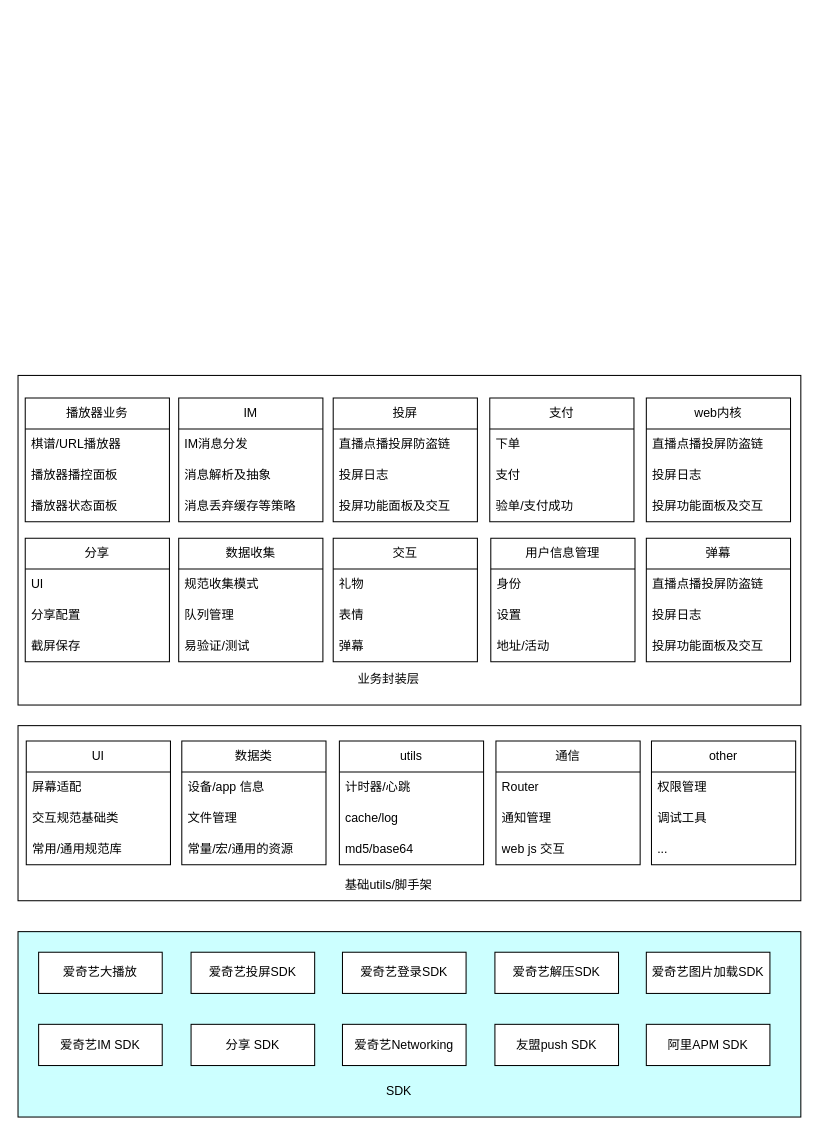
wanjj8023/app3 keeps this draw.io diagram as page "第 2 页" (2 of 2) of 未命名绘图.drawio. Above is the earlier version. Source tidied: cells renumbered, new cells numbered last; positions are measured from the earlier drawing's top-left corner, leaving out a move shared by most shapes. Both pictures are drawn from the tidied source at 103%, with x=0, y=0 at pixel (18, 375).
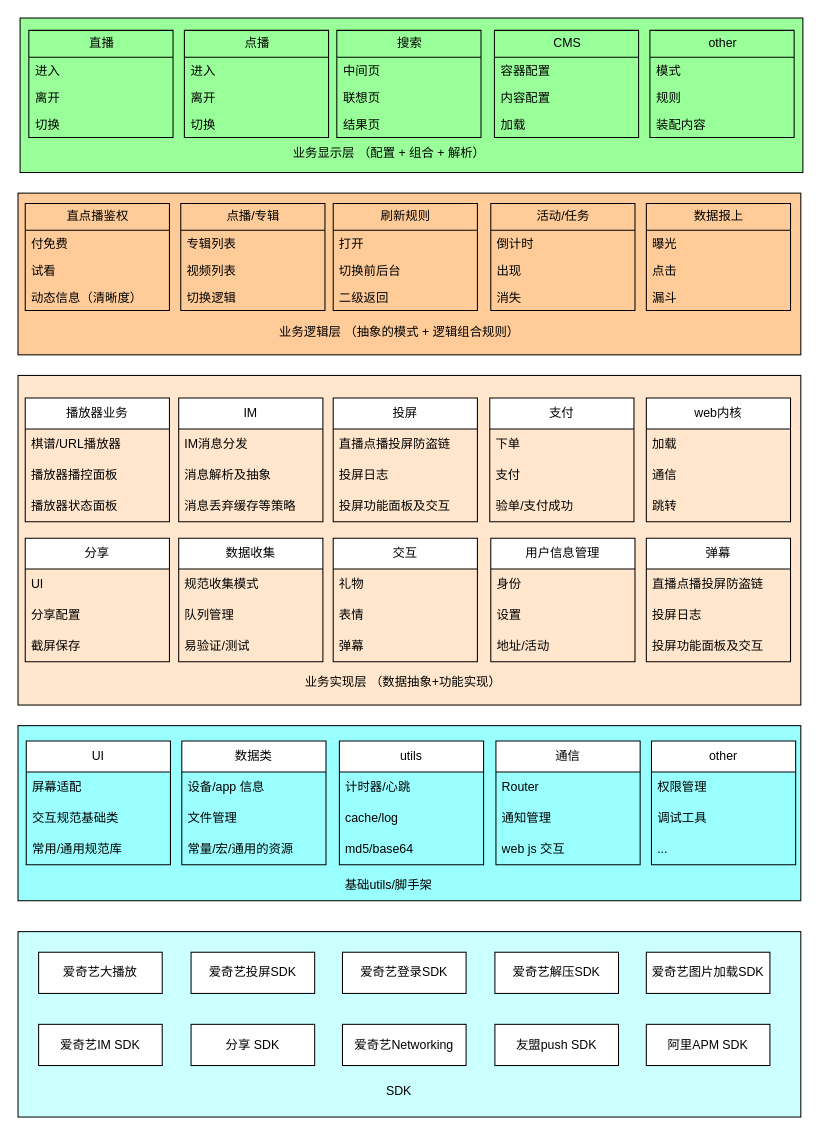
The same diagram, later.

The change refers to these unchanged cells:
```xml
<mxCell id="75" value="web内核" style="swimlane;fontStyle=0;horizontal=1;startSize=30;whiteSpace=wrap;html=1;" parent="1" vertex="1">
  <mxGeometry x="610" y="22" width="140" height="120" as="geometry" />
</mxCell>
```

What changed in the source:
```diff
@@
-    <mxCell id="14" style="whiteSpace=wrap;html=1;" parent="1" vertex="1">
+    <mxCell id="14" style="whiteSpace=wrap;html=1;fillColor=#FFE6CC;" parent="1" vertex="1">
       <mxGeometry width="760" height="320" as="geometry" />
     </mxCell>
@@
-    <mxCell id="27" style="whiteSpace=wrap;html=1;" parent="1" vertex="1">
+    <mxCell id="27" style="whiteSpace=wrap;html=1;fillColor=#99FFFF;" parent="1" vertex="1">
       <mxGeometry y="340" width="760" height="170" as="geometry" />
     </mxCell>
@@
-    <mxCell id="50" value="业务封装层" style="whiteSpace=wrap;html=1;fillColor=none;strokeColor=none;" parent="1" vertex="1">
-      <mxGeometry x="300" y="280" width="120" height="30" as="geometry" />
+    <mxCell id="50" value="业务实现层 （数据抽象+功能实现）" style="whiteSpace=wrap;html=1;fillColor=none;strokeColor=none;" parent="1" vertex="1">
+      <mxGeometry x="249" y="283" width="250" height="30" as="geometry" />
     </mxCell>
@@
-    <mxCell id="76" value="直播点播投屏防盗链" style="text;strokeColor=none;fillColor=none;align=left;verticalAlign=middle;spacingLeft=4;spacingRight=4;overflow=hidden;whiteSpace=wrap;html=1;" parent="75" vertex="1">
+    <mxCell id="76" value="加载" style="text;strokeColor=none;fillColor=none;align=left;verticalAlign=middle;spacingLeft=4;spacingRight=4;overflow=hidden;whiteSpace=wrap;html=1;" parent="75" vertex="1">
       <mxGeometry y="30" width="140" height="30" as="geometry" />
     </mxCell>
-    <mxCell id="77" value="投屏日志" style="text;strokeColor=none;fillColor=none;align=left;verticalAlign=middle;spacingLeft=4;spacingRight=4;overflow=hidden;whiteSpace=wrap;html=1;" parent="75" vertex="1">
+    <mxCell id="77" value="通信" style="text;strokeColor=none;fillColor=none;align=left;verticalAlign=middle;spacingLeft=4;spacingRight=4;overflow=hidden;whiteSpace=wrap;html=1;" parent="75" vertex="1">
       <mxGeometry y="60" width="140" height="30" as="geometry" />
     </mxCell>
-    <mxCell id="78" value="投屏功能面板及交互" style="text;strokeColor=none;fillColor=none;align=left;verticalAlign=middle;spacingLeft=4;spacingRight=4;overflow=hidden;whiteSpace=wrap;html=1;" parent="75" vertex="1">
+    <mxCell id="78" value="跳转" style="text;strokeColor=none;fillColor=none;align=left;verticalAlign=middle;spacingLeft=4;spacingRight=4;overflow=hidden;whiteSpace=wrap;html=1;" parent="75" vertex="1">
       <mxGeometry y="90" width="140" height="30" as="geometry" />
     </mxCell>
+    <mxCell id="79" style="whiteSpace=wrap;html=1;fillColor=#FFCC99;" parent="1" vertex="1">
+      <mxGeometry y="-177" width="760" height="157" as="geometry" />
+    </mxCell>
+    <mxCell id="80" style="whiteSpace=wrap;html=1;fillColor=#99FF99;" parent="1" vertex="1">
+      <mxGeometry x="2" y="-347" width="760" height="150" as="geometry" />
+    </mxCell>
+    <mxCell id="81" value="直点播鉴权" style="swimlane;fontStyle=0;horizontal=1;startSize=26;fillColor=none;html=1;" parent="1" vertex="1">
+      <mxGeometry x="7" y="-167" width="140" height="104" as="geometry" />
+    </mxCell>
+    <mxCell id="82" value="付免费" style="text;strokeColor=none;fillColor=none;align=left;verticalAlign=top;spacingLeft=4;spacingRight=4;overflow=hidden;whiteSpace=wrap;html=1;" parent="81" vertex="1">
+      <mxGeometry y="26" width="140" height="26" as="geometry" />
+    </mxCell>
+    <mxCell id="83" value="试看" style="text;strokeColor=none;fillColor=none;align=left;verticalAlign=top;spacingLeft=4;spacingRight=4;overflow=hidden;whiteSpace=wrap;html=1;" parent="81" vertex="1">
+      <mxGeometry y="52" width="140" height="26" as="geometry" />
+    </mxCell>
+    <mxCell id="84" value="动态信息（清晰度）" style="text;strokeColor=none;fillColor=none;align=left;verticalAlign=top;spacingLeft=4;spacingRight=4;overflow=hidden;whiteSpace=wrap;html=1;" parent="81" vertex="1">
+      <mxGeometry y="78" width="140" height="26" as="geometry" />
+    </mxCell>
+    <mxCell id="85" value="业务逻辑层 （抽象的模式 + 逻辑组合规则）" style="whiteSpace=wrap;html=1;fillColor=none;strokeColor=none;" parent="1" vertex="1">
+      <mxGeometry x="242" y="-57" width="257" height="30" as="geometry" />
+    </mxCell>
+    <mxCell id="86" value="点播/专辑" style="swimlane;fontStyle=0;horizontal=1;startSize=26;fillColor=none;html=1;" parent="1" vertex="1">
+      <mxGeometry x="158" y="-167" width="140" height="104" as="geometry" />
+    </mxCell>
+    <mxCell id="87" value="专辑列表" style="text;strokeColor=none;fillColor=none;align=left;verticalAlign=top;spacingLeft=4;spacingRight=4;overflow=hidden;whiteSpace=wrap;html=1;" parent="86" vertex="1">
+      <mxGeometry y="26" width="140" height="26" as="geometry" />
+    </mxCell>
+    <mxCell id="88" value="视频列表" style="text;strokeColor=none;fillColor=none;align=left;verticalAlign=top;spacingLeft=4;spacingRight=4;overflow=hidden;whiteSpace=wrap;html=1;" parent="86" vertex="1">
+      <mxGeometry y="52" width="140" height="26" as="geometry" />
+    </mxCell>
+    <mxCell id="89" value="切换逻辑" style="text;strokeColor=none;fillColor=none;align=left;verticalAlign=top;spacingLeft=4;spacingRight=4;overflow=hidden;whiteSpace=wrap;html=1;" parent="86" vertex="1">
+      <mxGeometry y="78" width="140" height="26" as="geometry" />
+    </mxCell>
+    <mxCell id="90" value="刷新规则" style="swimlane;fontStyle=0;horizontal=1;startSize=26;fillColor=none;html=1;" parent="1" vertex="1">
+      <mxGeometry x="306" y="-167" width="140" height="104" as="geometry" />
+    </mxCell>
+    <mxCell id="91" value="打开" style="text;strokeColor=none;fillColor=none;align=left;verticalAlign=top;spacingLeft=4;spacingRight=4;overflow=hidden;whiteSpace=wrap;html=1;" parent="90" vertex="1">
+      <mxGeometry y="26" width="140" height="26" as="geometry" />
+    </mxCell>
+    <mxCell id="92" value="切换前后台" style="text;strokeColor=none;fillColor=none;align=left;verticalAlign=top;spacingLeft=4;spacingRight=4;overflow=hidden;whiteSpace=wrap;html=1;" parent="90" vertex="1">
+      <mxGeometry y="52" width="140" height="26" as="geometry" />
+    </mxCell>
+    <mxCell id="93" value="二级返回" style="text;strokeColor=none;fillColor=none;align=left;verticalAlign=top;spacingLeft=4;spacingRight=4;overflow=hidden;whiteSpace=wrap;html=1;" parent="90" vertex="1">
+      <mxGeometry y="78" width="140" height="26" as="geometry" />
+    </mxCell>
+    <mxCell id="94" value="活动/任务" style="swimlane;fontStyle=0;horizontal=1;startSize=26;fillColor=none;html=1;" parent="1" vertex="1">
+      <mxGeometry x="459" y="-167" width="140" height="104" as="geometry" />
+    </mxCell>
+    <mxCell id="95" value="倒计时" style="text;strokeColor=none;fillColor=none;align=left;verticalAlign=top;spacingLeft=4;spacingRight=4;overflow=hidden;whiteSpace=wrap;html=1;" parent="94" vertex="1">
+      <mxGeometry y="26" width="140" height="26" as="geometry" />
+    </mxCell>
+    <mxCell id="96" value="出现" style="text;strokeColor=none;fillColor=none;align=left;verticalAlign=top;spacingLeft=4;spacingRight=4;overflow=hidden;whiteSpace=wrap;html=1;" parent="94" vertex="1">
+      <mxGeometry y="52" width="140" height="26" as="geometry" />
+    </mxCell>
+    <mxCell id="97" value="消失" style="text;strokeColor=none;fillColor=none;align=left;verticalAlign=top;spacingLeft=4;spacingRight=4;overflow=hidden;whiteSpace=wrap;html=1;" parent="94" vertex="1">
+      <mxGeometry y="78" width="140" height="26" as="geometry" />
+    </mxCell>
+    <mxCell id="98" value="数据报上" style="swimlane;fontStyle=0;horizontal=1;startSize=26;fillColor=none;html=1;" parent="1" vertex="1">
+      <mxGeometry x="610" y="-167" width="140" height="104" as="geometry" />
+    </mxCell>
+    <mxCell id="99" value="曝光" style="text;strokeColor=none;fillColor=none;align=left;verticalAlign=top;spacingLeft=4;spacingRight=4;overflow=hidden;whiteSpace=wrap;html=1;" parent="98" vertex="1">
+      <mxGeometry y="26" width="140" height="26" as="geometry" />
+    </mxCell>
+    <mxCell id="100" value="点击" style="text;strokeColor=none;fillColor=none;align=left;verticalAlign=top;spacingLeft=4;spacingRight=4;overflow=hidden;whiteSpace=wrap;html=1;" parent="98" vertex="1">
+      <mxGeometry y="52" width="140" height="26" as="geometry" />
+    </mxCell>
+    <mxCell id="101" value="漏斗" style="text;strokeColor=none;fillColor=none;align=left;verticalAlign=top;spacingLeft=4;spacingRight=4;overflow=hidden;whiteSpace=wrap;html=1;" parent="98" vertex="1">
+      <mxGeometry y="78" width="140" height="26" as="geometry" />
+    </mxCell>
+    <mxCell id="102" value="业务显示层 （配置 + 组合 + 解析）" style="whiteSpace=wrap;html=1;fillColor=none;strokeColor=none;" parent="1" vertex="1">
+      <mxGeometry x="231.5" y="-231" width="257" height="30" as="geometry" />
+    </mxCell>
+    <mxCell id="103" value="直播" style="swimlane;fontStyle=0;horizontal=1;startSize=26;fillColor=none;html=1;" parent="1" vertex="1">
+      <mxGeometry x="10.5" y="-335" width="140" height="104" as="geometry" />
+    </mxCell>
+    <mxCell id="104" value="进入" style="text;strokeColor=none;fillColor=none;align=left;verticalAlign=top;spacingLeft=4;spacingRight=4;overflow=hidden;whiteSpace=wrap;html=1;" parent="103" vertex="1">
+      <mxGeometry y="26" width="140" height="26" as="geometry" />
+    </mxCell>
+    <mxCell id="105" value="离开" style="text;strokeColor=none;fillColor=none;align=left;verticalAlign=top;spacingLeft=4;spacingRight=4;overflow=hidden;whiteSpace=wrap;html=1;" parent="103" vertex="1">
+      <mxGeometry y="52" width="140" height="26" as="geometry" />
+    </mxCell>
+    <mxCell id="106" value="切换" style="text;strokeColor=none;fillColor=none;align=left;verticalAlign=top;spacingLeft=4;spacingRight=4;overflow=hidden;whiteSpace=wrap;html=1;" parent="103" vertex="1">
+      <mxGeometry y="78" width="140" height="26" as="geometry" />
+    </mxCell>
+    <mxCell id="107" value="点播" style="swimlane;fontStyle=0;horizontal=1;startSize=26;fillColor=none;html=1;" parent="1" vertex="1">
+      <mxGeometry x="161.5" y="-335" width="140" height="104" as="geometry" />
+    </mxCell>
+    <mxCell id="108" value="进入" style="text;strokeColor=none;fillColor=none;align=left;verticalAlign=top;spacingLeft=4;spacingRight=4;overflow=hidden;whiteSpace=wrap;html=1;" parent="107" vertex="1">
+      <mxGeometry y="26" width="140" height="26" as="geometry" />
+    </mxCell>
+    <mxCell id="109" value="离开" style="text;strokeColor=none;fillColor=none;align=left;verticalAlign=top;spacingLeft=4;spacingRight=4;overflow=hidden;whiteSpace=wrap;html=1;" parent="107" vertex="1">
+      <mxGeometry y="52" width="140" height="26" as="geometry" />
+    </mxCell>
+    <mxCell id="110" value="切换" style="text;strokeColor=none;fillColor=none;align=left;verticalAlign=top;spacingLeft=4;spacingRight=4;overflow=hidden;whiteSpace=wrap;html=1;" parent="107" vertex="1">
+      <mxGeometry y="78" width="140" height="26" as="geometry" />
+    </mxCell>
+    <mxCell id="111" value="搜索" style="swimlane;fontStyle=0;horizontal=1;startSize=26;fillColor=none;html=1;" parent="1" vertex="1">
+      <mxGeometry x="309.5" y="-335" width="140" height="104" as="geometry" />
+    </mxCell>
+    <mxCell id="112" value="中间页" style="text;strokeColor=none;fillColor=none;align=left;verticalAlign=top;spacingLeft=4;spacingRight=4;overflow=hidden;whiteSpace=wrap;html=1;" parent="111" vertex="1">
+      <mxGeometry y="26" width="140" height="26" as="geometry" />
+    </mxCell>
+    <mxCell id="113" value="联想页" style="text;strokeColor=none;fillColor=none;align=left;verticalAlign=top;spacingLeft=4;spacingRight=4;overflow=hidden;whiteSpace=wrap;html=1;" parent="111" vertex="1">
+      <mxGeometry y="52" width="140" height="26" as="geometry" />
+    </mxCell>
+    <mxCell id="114" value="结果页" style="text;strokeColor=none;fillColor=none;align=left;verticalAlign=top;spacingLeft=4;spacingRight=4;overflow=hidden;whiteSpace=wrap;html=1;" parent="111" vertex="1">
+      <mxGeometry y="78" width="140" height="26" as="geometry" />
+    </mxCell>
+    <mxCell id="115" value="CMS" style="swimlane;fontStyle=0;horizontal=1;startSize=26;fillColor=none;html=1;" parent="1" vertex="1">
+      <mxGeometry x="462.5" y="-335" width="140" height="104" as="geometry" />
+    </mxCell>
+    <mxCell id="116" value="容器配置" style="text;strokeColor=none;fillColor=none;align=left;verticalAlign=top;spacingLeft=4;spacingRight=4;overflow=hidden;whiteSpace=wrap;html=1;" parent="115" vertex="1">
+      <mxGeometry y="26" width="140" height="26" as="geometry" />
+    </mxCell>
+    <mxCell id="117" value="内容配置" style="text;strokeColor=none;fillColor=none;align=left;verticalAlign=top;spacingLeft=4;spacingRight=4;overflow=hidden;whiteSpace=wrap;html=1;" parent="115" vertex="1">
+      <mxGeometry y="52" width="140" height="26" as="geometry" />
+    </mxCell>
+    <mxCell id="118" value="加载" style="text;strokeColor=none;fillColor=none;align=left;verticalAlign=top;spacingLeft=4;spacingRight=4;overflow=hidden;whiteSpace=wrap;html=1;" parent="115" vertex="1">
+      <mxGeometry y="78" width="140" height="26" as="geometry" />
+    </mxCell>
+    <mxCell id="119" value="other" style="swimlane;fontStyle=0;horizontal=1;startSize=26;fillColor=none;html=1;" parent="1" vertex="1">
+      <mxGeometry x="613.5" y="-335" width="140" height="104" as="geometry" />
+    </mxCell>
+    <mxCell id="120" value="模式" style="text;strokeColor=none;fillColor=none;align=left;verticalAlign=top;spacingLeft=4;spacingRight=4;overflow=hidden;whiteSpace=wrap;html=1;" parent="119" vertex="1">
+      <mxGeometry y="26" width="140" height="26" as="geometry" />
+    </mxCell>
+    <mxCell id="121" value="规则" style="text;strokeColor=none;fillColor=none;align=left;verticalAlign=top;spacingLeft=4;spacingRight=4;overflow=hidden;whiteSpace=wrap;html=1;" parent="119" vertex="1">
+      <mxGeometry y="52" width="140" height="26" as="geometry" />
+    </mxCell>
+    <mxCell id="122" value="装配内容" style="text;strokeColor=none;fillColor=none;align=left;verticalAlign=top;spacingLeft=4;spacingRight=4;overflow=hidden;whiteSpace=wrap;html=1;" parent="119" vertex="1">
+      <mxGeometry y="78" width="140" height="26" as="geometry" />
+    </mxCell>
```
